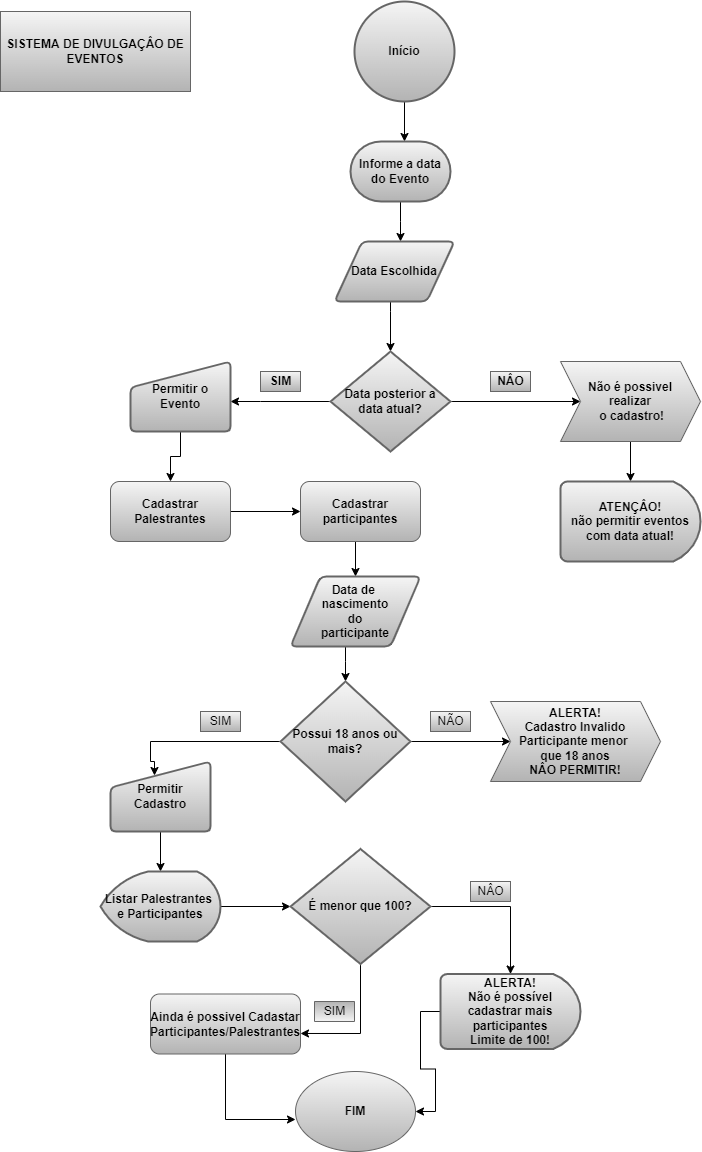
The draw.io diagram Untitled Diagram.drawio.png in rafkastelic/Atividade1-UC8, before a commit. Source tidied: cells renumbered, new cells last; positions are measured from the earlier drawing's top-left corner, leaving out a move shared by most shapes.
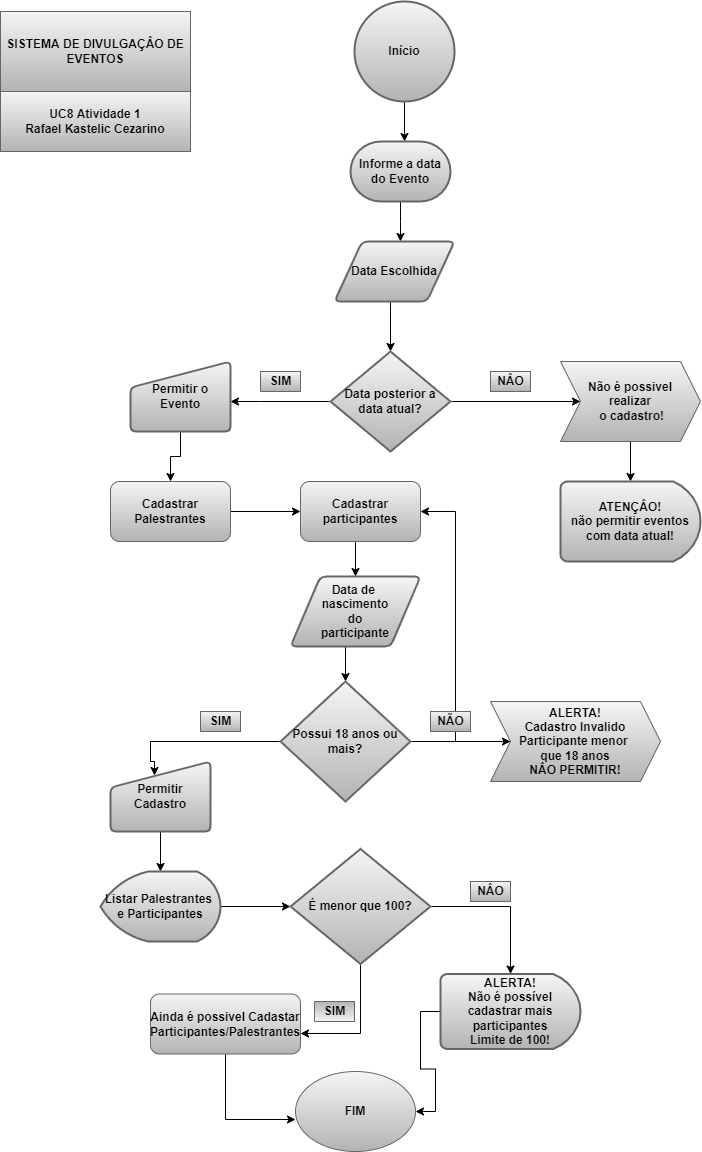
The same file after the commit.

Diff of the diagram source:
```diff
@@ -103,6 +103,9 @@
     <mxCell id="23" value="&lt;b&gt;Possui 18 anos ou mais?&lt;/b&gt;" style="strokeWidth=2;html=1;shape=mxgraph.flowchart.decision;whiteSpace=wrap;fillColor=#f5f5f5;gradientColor=#b3b3b3;strokeColor=#666666;" parent="1" vertex="1">
       <mxGeometry x="280" y="680" width="130" height="120" as="geometry" />
     </mxCell>
+    <mxCell id="45" style="edgeStyle=orthogonalEdgeStyle;rounded=0;jettySize=auto;html=1;entryX=1;entryY=0.5;entryDx=0;entryDy=0;" parent="1" edge="1" source="24" target="18">
+      <mxGeometry relative="1" as="geometry" />
+    </mxCell>
     <mxCell id="24" value="&lt;b&gt;ALERTA!&lt;br&gt;Cadastro Invalido&lt;br&gt;Participante menor &lt;br&gt;que 18 anos&lt;br&gt;NÂO PERMITIR!&lt;/b&gt;" style="shape=step;perimeter=stepPerimeter;whiteSpace=wrap;html=1;fixedSize=1;fillColor=#f5f5f5;gradientColor=#b3b3b3;strokeColor=#666666;" parent="1" vertex="1">
       <mxGeometry x="490" y="700" width="170" height="80" as="geometry" />
     </mxCell>
@@ -154,17 +157,20 @@
     <mxCell id="40" value="&lt;b&gt;NÂO&lt;/b&gt;" style="text;html=1;align=center;verticalAlign=middle;strokeColor=#666666;fillColor=#f5f5f5;gradientColor=#b3b3b3;" parent="1" vertex="1">
       <mxGeometry x="490" y="370" width="40" height="20" as="geometry" />
     </mxCell>
-    <mxCell id="41" value="SIM" style="text;html=1;align=center;verticalAlign=middle;strokeColor=#666666;fillColor=#f5f5f5;gradientColor=#b3b3b3;" parent="1" vertex="1">
+    <mxCell id="41" value="&lt;b&gt;SIM&lt;/b&gt;" style="text;html=1;align=center;verticalAlign=middle;strokeColor=#666666;fillColor=#f5f5f5;gradientColor=#b3b3b3;" parent="1" vertex="1">
       <mxGeometry x="200" y="710" width="40" height="20" as="geometry" />
     </mxCell>
-    <mxCell id="42" value="NÃO" style="text;html=1;align=center;verticalAlign=middle;strokeColor=#666666;fillColor=#f5f5f5;gradientColor=#b3b3b3;" parent="1" vertex="1">
+    <mxCell id="42" value="&lt;b&gt;NÃO&lt;/b&gt;" style="text;html=1;align=center;verticalAlign=middle;strokeColor=#666666;fillColor=#f5f5f5;gradientColor=#b3b3b3;" parent="1" vertex="1">
       <mxGeometry x="430" y="710" width="40" height="20" as="geometry" />
     </mxCell>
-    <mxCell id="43" value="SIM" style="text;html=1;align=center;verticalAlign=middle;strokeColor=#666666;fillColor=#f5f5f5;gradientColor=#b3b3b3;direction=west;" parent="1" vertex="1">
+    <mxCell id="43" value="&lt;b&gt;SIM&lt;/b&gt;" style="text;html=1;align=center;verticalAlign=middle;strokeColor=#666666;fillColor=#f5f5f5;gradientColor=#b3b3b3;direction=west;" parent="1" vertex="1">
       <mxGeometry x="314" y="1000" width="40" height="20" as="geometry" />
     </mxCell>
-    <mxCell id="44" value="NÂO" style="text;html=1;align=center;verticalAlign=middle;strokeColor=#666666;fillColor=#f5f5f5;gradientColor=#b3b3b3;" parent="1" vertex="1">
+    <mxCell id="44" value="&lt;b&gt;NÂO&lt;/b&gt;" style="text;html=1;align=center;verticalAlign=middle;strokeColor=#666666;fillColor=#f5f5f5;gradientColor=#b3b3b3;" parent="1" vertex="1">
       <mxGeometry x="470" y="880" width="40" height="20" as="geometry" />
     </mxCell>
+    <mxCell id="46" value="&lt;b&gt;UC8 Atividade 1&lt;br&gt;Rafael Kastelic Cezarino&lt;/b&gt;" style="rounded=0;whiteSpace=wrap;html=1;fillColor=#f5f5f5;gradientColor=#b3b3b3;strokeColor=#666666;" parent="1" vertex="1">
+      <mxGeometry y="90" width="190" height="60" as="geometry" />
+    </mxCell>
   </root>
 </mxGraphModel>
```
